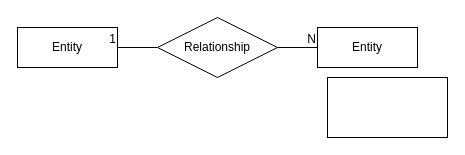
Above: 학사관리시스템.drawio in WooCheol-Yang/LeetCode (draw.io), before the change. Source tidied: cells renumbered, new cells numbered last; positions are measured from the earlier drawing's top-left corner, leaving out a move shared by most shapes. Both pictures are drawn from the tidied source at 100%, with x=0, y=0 at pixel (17, 17).
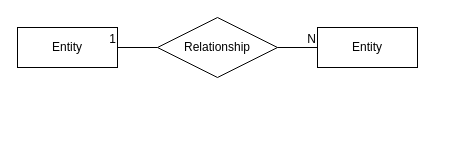
Above is the later version.

Commit message (it also covers changes not shown here):
학사관리시스템.drawio 업데이트

Change to the diagram source:
```diff
@@
 <mxGraphModel>
   <root>
     <mxCell id="0" />
     <mxCell id="1" parent="0" />
     <mxCell id="2" value="Entity" style="whiteSpace=wrap;html=1;align=center;gradientColor=none;" parent="1" vertex="1">
       <mxGeometry y="10" width="100" height="40" as="geometry" />
     </mxCell>
     <mxCell id="3" value="Relationship" style="shape=rhombus;perimeter=rhombusPerimeter;whiteSpace=wrap;html=1;align=center;" parent="1" vertex="1">
       <mxGeometry x="140" width="120" height="60" as="geometry" />
     </mxCell>
     <mxCell id="4" value="Entity" style="whiteSpace=wrap;html=1;align=center;gradientColor=none;" parent="1" vertex="1">
       <mxGeometry x="300" y="10" width="100" height="40" as="geometry" />
     </mxCell>
     <mxCell id="5" style="endArrow=none;html=1;rounded=0;exitX=1;exitY=0.5;exitDx=0;exitDy=0;entryX=0;entryY=0.5;entryDx=0;entryDy=0;" parent="1" edge="1" source="3" target="4">
       <mxGeometry relative="1" as="geometry" />
     </mxCell>
     <mxCell id="6" value="N" style="html=1;whiteSpace=wrap;align=right;verticalAlign=bottom;" parent="5" vertex="1">
       <mxGeometry x="1" relative="1" as="geometry" />
     </mxCell>
     <mxCell id="7" style="endArrow=none;html=1;rounded=0;entryX=1;entryY=0.5;entryDx=0;entryDy=0;exitX=0;exitY=0.5;exitDx=0;exitDy=0;" parent="1" edge="1" source="3" target="2">
       <mxGeometry relative="1" as="geometry" />
     </mxCell>
     <mxCell id="8" value="1" style="html=1;whiteSpace=wrap;align=right;verticalAlign=bottom;" parent="7" vertex="1">
       <mxGeometry x="1" relative="1" as="geometry" />
     </mxCell>
-    <mxCell id="9" style="whiteSpace=wrap;html=1;" parent="1" vertex="1">
-      <mxGeometry x="310" y="60" width="120" height="60" as="geometry" />
-    </mxCell>
   </root>
 </mxGraphModel>
```
